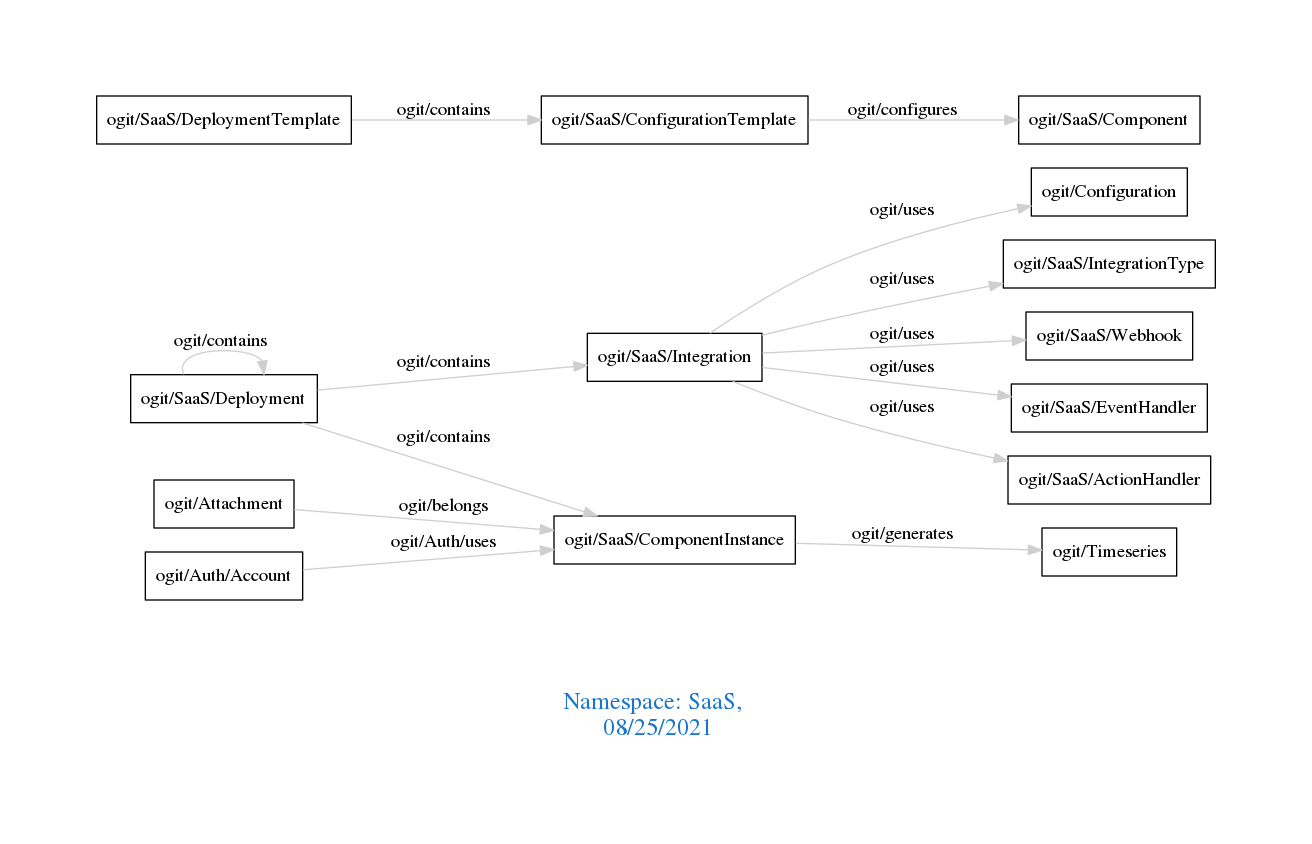
This is downloads/SaaS.png from arago/OGIT, a Graphviz export, as it was before one commit. Its source is kept beside it as downloads/SaaS.dot.
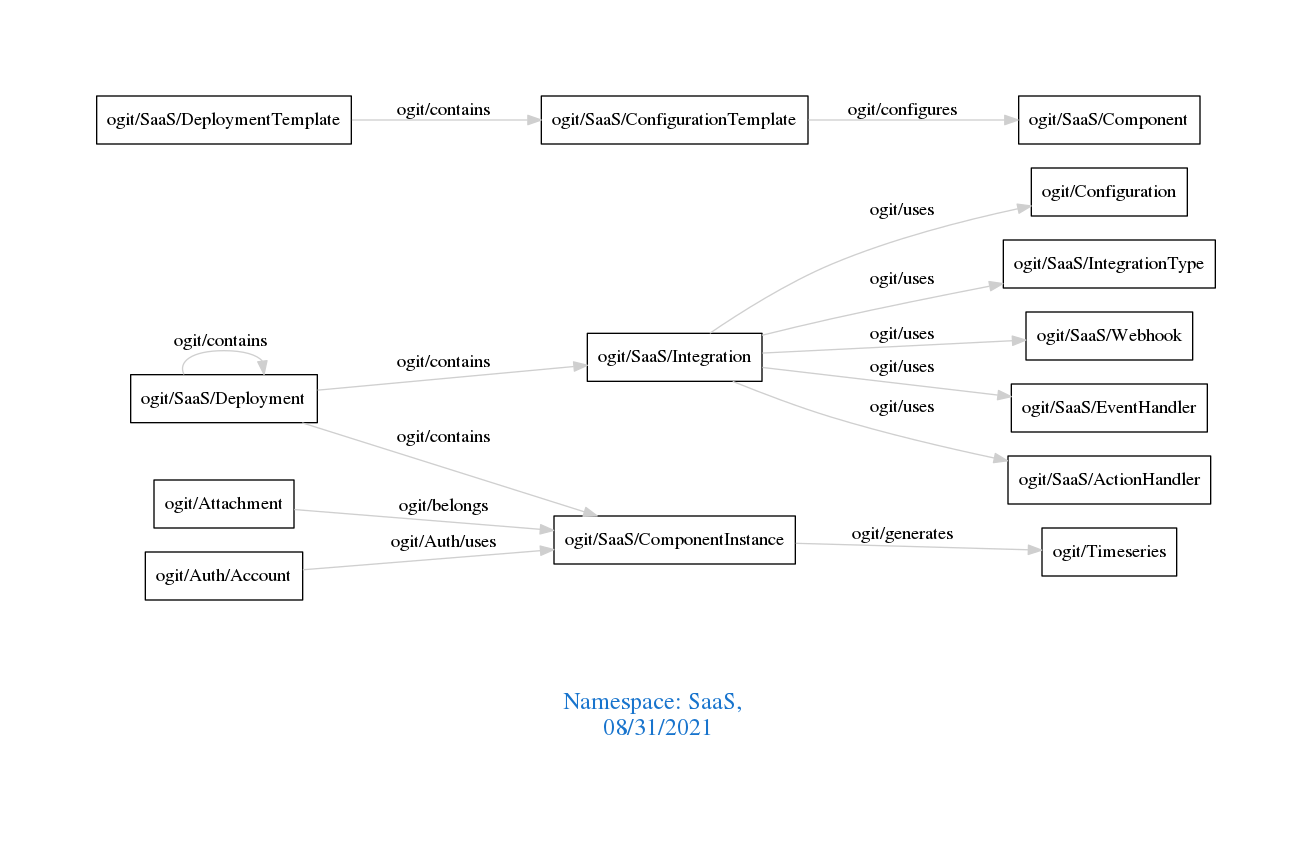
After the commit.

The edit, as a diff of the source:
```diff
@@ -1,7 +1,7 @@
 digraph OGIT_ontology {
  graph [ rankdir= LR,pad=1
 fontsize = 18,
-fontcolor= dodgerblue3,label = "\n\n\nNamespace: SaaS, \n 08/25/2021"];
+fontcolor= dodgerblue3,label = "\n\n\nNamespace: SaaS, \n 08/31/2021"];
 node[shape=polygon];
 edge [  color="gray81"];
 
```
